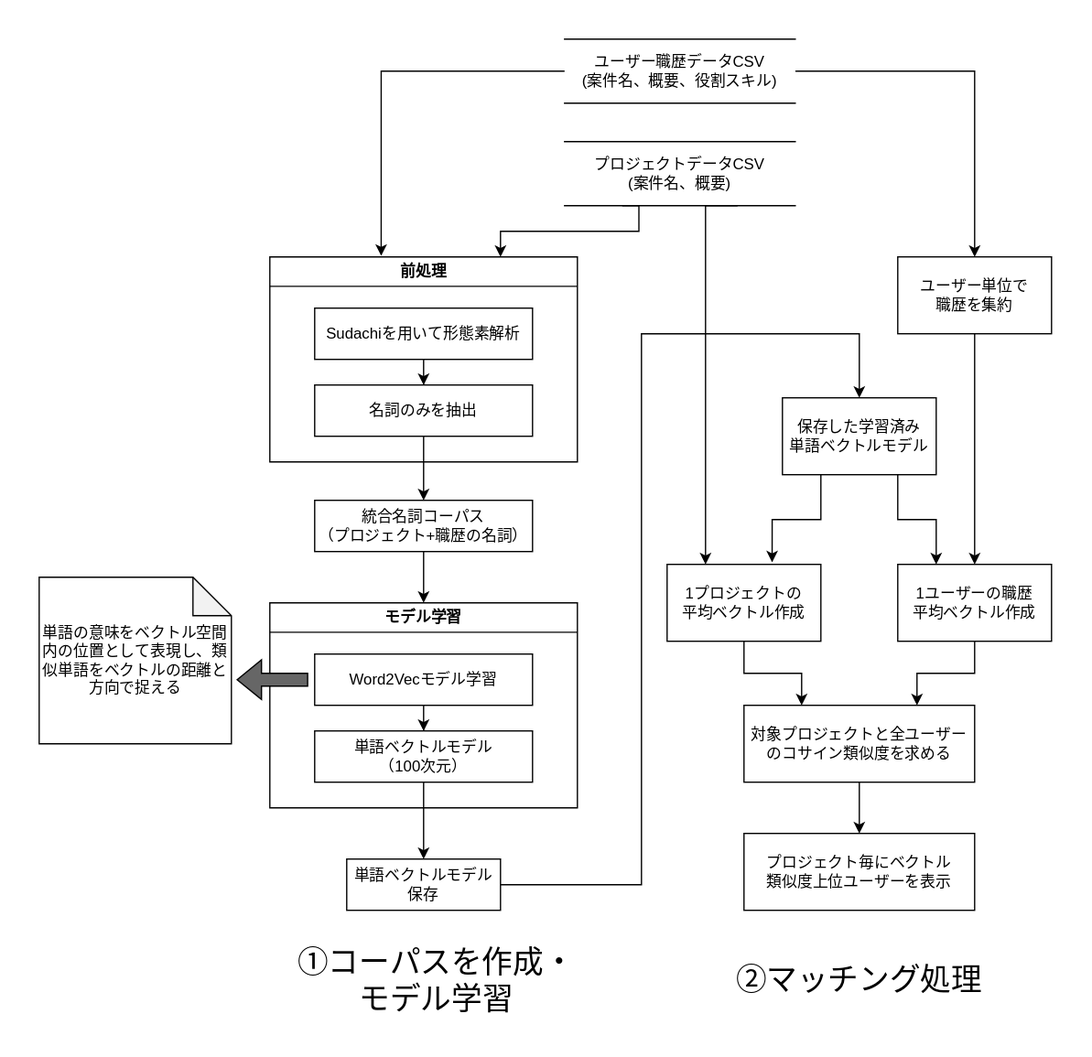
Earlier version of the draw.io export reports/マッチング処理のデータフロー図_v02.drawio.svg (Aoki-Dai/research). Source tidied: cells renumbered, new cells last; positions are measured from the earlier drawing's top-left corner, leaving out a move shared by most shapes. Source of this version:
```xml
<mxGraphModel>
  <root>
    <mxCell id="0" />
    <mxCell id="1" parent="0" />
    <mxCell id="2" style="edgeStyle=orthogonalEdgeStyle;rounded=0;jettySize=auto;html=1;exitX=1;exitY=0.5;exitDx=0;exitDy=0;entryX=0.5;entryY=0;entryDx=0;entryDy=0;" parent="1" edge="1" source="3" target="21">
      <mxGeometry relative="1" as="geometry" />
    </mxCell>
    <mxCell id="3" value="ユーザー職歴データCSV&lt;br&gt;(案件名、概要、役割スキル)" style="html=1;dashed=0;whiteSpace=wrap;shape=partialRectangle;right=0;left=0;" parent="1" vertex="1">
      <mxGeometry x="410" width="180" height="50" as="geometry" />
    </mxCell>
    <mxCell id="4" style="edgeStyle=orthogonalEdgeStyle;rounded=0;jettySize=auto;html=1;exitX=0.25;exitY=1;exitDx=0;exitDy=0;entryX=0.75;entryY=0;entryDx=0;entryDy=0;" parent="1" edge="1" source="6" target="8">
      <mxGeometry relative="1" as="geometry">
        <Array as="points">
          <mxPoint x="455" y="130" />
          <mxPoint x="468" y="130" />
          <mxPoint x="468" y="150" />
          <mxPoint x="360" y="150" />
        </Array>
      </mxGeometry>
    </mxCell>
    <mxCell id="5" style="edgeStyle=orthogonalEdgeStyle;rounded=0;jettySize=auto;html=1;exitX=0.75;exitY=1;exitDx=0;exitDy=0;entryX=0.25;entryY=0;entryDx=0;entryDy=0;" parent="1" edge="1" source="6" target="23">
      <mxGeometry relative="1" as="geometry">
        <Array as="points">
          <mxPoint x="520" y="130" />
        </Array>
      </mxGeometry>
    </mxCell>
    <mxCell id="6" value="プロジェクトデータCSV&lt;br&gt;(案件名、概要)" style="html=1;dashed=0;whiteSpace=wrap;shape=partialRectangle;right=0;left=0;" parent="1" vertex="1">
      <mxGeometry x="410" y="80" width="180" height="50" as="geometry" />
    </mxCell>
    <mxCell id="7" style="edgeStyle=orthogonalEdgeStyle;rounded=0;jettySize=auto;html=1;exitX=0.5;exitY=1;exitDx=0;exitDy=0;entryX=0.5;entryY=0;entryDx=0;entryDy=0;" parent="1" edge="1" source="35" target="12">
      <mxGeometry relative="1" as="geometry" />
    </mxCell>
    <mxCell id="8" value="前処理" style="swimlane;whiteSpace=wrap;html=1;" parent="1" vertex="1">
      <mxGeometry x="180" y="170" width="240" height="160" as="geometry" />
    </mxCell>
    <mxCell id="9" style="edgeStyle=orthogonalEdgeStyle;rounded=0;jettySize=auto;html=1;entryX=0.5;entryY=0;entryDx=0;entryDy=0;" parent="8" edge="1" source="10" target="11">
      <mxGeometry relative="1" as="geometry" />
    </mxCell>
    <mxCell id="10" value="Sudachiを用いて形態素解析" style="rounded=0;whiteSpace=wrap;html=1;" parent="8" vertex="1">
      <mxGeometry x="35" y="40" width="170" height="40" as="geometry" />
    </mxCell>
    <mxCell id="11" value="名詞のみを抽出" style="rounded=0;whiteSpace=wrap;html=1;" parent="8" vertex="1">
      <mxGeometry x="35" y="100" width="170" height="40" as="geometry" />
    </mxCell>
    <mxCell id="12" value="モデル学習" style="swimlane;whiteSpace=wrap;html=1;" parent="1" vertex="1">
      <mxGeometry x="180" y="440" width="240" height="160" as="geometry" />
    </mxCell>
    <mxCell id="13" style="edgeStyle=orthogonalEdgeStyle;rounded=0;jettySize=auto;html=1;entryX=0.5;entryY=0;entryDx=0;entryDy=0;" parent="12" edge="1" source="14" target="15">
      <mxGeometry relative="1" as="geometry" />
    </mxCell>
    <mxCell id="14" value="Word2Vecモデル学習" style="rounded=0;whiteSpace=wrap;html=1;" parent="12" vertex="1">
      <mxGeometry x="35" y="40" width="170" height="40" as="geometry" />
    </mxCell>
    <mxCell id="15" value="単語ベクトルモデル&lt;br&gt;（100次元）" style="rounded=0;whiteSpace=wrap;html=1;" parent="12" vertex="1">
      <mxGeometry x="35" y="100" width="170" height="40" as="geometry" />
    </mxCell>
    <mxCell id="16" style="shape=flexArrow;endArrow=classic;html=1;rounded=0;fillColor=#666666;fillStyle=auto;" parent="12" edge="1">
      <mxGeometry relative="1" as="geometry">
        <mxPoint x="30" y="60" as="sourcePoint" />
        <mxPoint x="-26" y="60" as="targetPoint" />
      </mxGeometry>
    </mxCell>
    <mxCell id="17" style="edgeStyle=orthogonalEdgeStyle;rounded=0;jettySize=auto;html=1;exitX=1;exitY=0.5;exitDx=0;exitDy=0;entryX=0.5;entryY=0;entryDx=0;entryDy=0;" parent="1" edge="1" source="18" target="32">
      <mxGeometry relative="1" as="geometry">
        <Array as="points">
          <mxPoint x="470" y="660" />
          <mxPoint x="470" y="230" />
          <mxPoint x="640" y="230" />
        </Array>
      </mxGeometry>
    </mxCell>
    <mxCell id="18" value="単語ベクトルモデル保存" style="whiteSpace=wrap;html=1;rounded=0;" parent="1" vertex="1">
      <mxGeometry x="240" y="640" width="120" height="40" as="geometry" />
    </mxCell>
    <mxCell id="19" style="edgeStyle=orthogonalEdgeStyle;rounded=0;jettySize=auto;html=1;" parent="1" edge="1" source="15" target="18">
      <mxGeometry relative="1" as="geometry" />
    </mxCell>
    <mxCell id="20" style="edgeStyle=orthogonalEdgeStyle;rounded=0;jettySize=auto;html=1;exitX=0.5;exitY=1;exitDx=0;exitDy=0;entryX=0.5;entryY=0;entryDx=0;entryDy=0;" parent="1" edge="1" source="21" target="25">
      <mxGeometry relative="1" as="geometry" />
    </mxCell>
    <mxCell id="21" value="ユーザー単位で&lt;div&gt;職歴を集約&lt;/div&gt;" style="whiteSpace=wrap;html=1;" parent="1" vertex="1">
      <mxGeometry x="670" y="170" width="120" height="60" as="geometry" />
    </mxCell>
    <mxCell id="22" style="edgeStyle=orthogonalEdgeStyle;rounded=0;jettySize=auto;html=1;exitX=0.5;exitY=1;exitDx=0;exitDy=0;entryX=0.25;entryY=0;entryDx=0;entryDy=0;" parent="1" edge="1" source="23" target="27">
      <mxGeometry relative="1" as="geometry" />
    </mxCell>
    <mxCell id="23" value="1プロジェクトの&lt;div&gt;平均ベクトル作成&lt;/div&gt;" style="whiteSpace=wrap;html=1;" parent="1" vertex="1">
      <mxGeometry x="490" y="410" width="120" height="60" as="geometry" />
    </mxCell>
    <mxCell id="24" style="edgeStyle=orthogonalEdgeStyle;rounded=0;jettySize=auto;html=1;exitX=0.5;exitY=1;exitDx=0;exitDy=0;entryX=0.75;entryY=0;entryDx=0;entryDy=0;" parent="1" edge="1" source="25" target="27">
      <mxGeometry relative="1" as="geometry" />
    </mxCell>
    <mxCell id="25" value="1ユーザーの&lt;span style=&quot;background-color: transparent; color: light-dark(rgb(0, 0, 0), rgb(255, 255, 255));&quot;&gt;職歴&lt;/span&gt;&lt;div&gt;&lt;span style=&quot;background-color: transparent; color: light-dark(rgb(0, 0, 0), rgb(255, 255, 255));&quot;&gt;平均ベクトル作成&lt;/span&gt;&lt;/div&gt;" style="whiteSpace=wrap;html=1;" parent="1" vertex="1">
      <mxGeometry x="670" y="410" width="120" height="60" as="geometry" />
    </mxCell>
    <mxCell id="26" style="edgeStyle=orthogonalEdgeStyle;rounded=0;jettySize=auto;html=1;exitX=0.5;exitY=1;exitDx=0;exitDy=0;entryX=0.5;entryY=0;entryDx=0;entryDy=0;" parent="1" edge="1" source="27" target="30">
      <mxGeometry relative="1" as="geometry" />
    </mxCell>
    <mxCell id="27" value="対象プロジェクトと全ユーザーの&lt;span style=&quot;background-color: transparent; color: light-dark(rgb(0, 0, 0), rgb(255, 255, 255));&quot;&gt;コサイン類似度を求める&lt;/span&gt;" style="whiteSpace=wrap;html=1;" parent="1" vertex="1">
      <mxGeometry x="550" y="520" width="180" height="60" as="geometry" />
    </mxCell>
    <mxCell id="28" value="&lt;font style=&quot;font-size: 24px;&quot;&gt;①コーパスを作成・&lt;br&gt;モデル学習&lt;/font&gt;" style="text;html=1;whiteSpace=wrap;strokeColor=none;fillColor=none;align=center;verticalAlign=middle;rounded=0;" parent="1" vertex="1">
      <mxGeometry x="180" y="720" width="260" height="30" as="geometry" />
    </mxCell>
    <mxCell id="29" value="&lt;font style=&quot;font-size: 24px;&quot;&gt;②マッチング処理&lt;/font&gt;" style="text;html=1;whiteSpace=wrap;strokeColor=none;fillColor=none;align=center;verticalAlign=middle;rounded=0;" parent="1" vertex="1">
      <mxGeometry x="530" y="720" width="220" height="30" as="geometry" />
    </mxCell>
    <mxCell id="30" value="プロジェクト毎に&lt;span style=&quot;background-color: transparent; color: light-dark(rgb(0, 0, 0), rgb(255, 255, 255));&quot;&gt;ベクトル&lt;/span&gt;&lt;div&gt;&lt;span style=&quot;background-color: transparent; color: light-dark(rgb(0, 0, 0), rgb(255, 255, 255));&quot;&gt;類似度&lt;/span&gt;&lt;span style=&quot;background-color: transparent; color: light-dark(rgb(0, 0, 0), rgb(255, 255, 255));&quot;&gt;上位ユーザーを表示&lt;/span&gt;&lt;/div&gt;" style="whiteSpace=wrap;html=1;" parent="1" vertex="1">
      <mxGeometry x="550" y="620" width="180" height="60" as="geometry" />
    </mxCell>
    <mxCell id="31" style="edgeStyle=orthogonalEdgeStyle;rounded=0;jettySize=auto;html=1;exitX=0.75;exitY=1;exitDx=0;exitDy=0;entryX=0.25;entryY=0;entryDx=0;entryDy=0;" parent="1" edge="1" source="32" target="25">
      <mxGeometry relative="1" as="geometry" />
    </mxCell>
    <mxCell id="32" value="保存した学習済み&lt;div&gt;単語ベクトルモデル&lt;/div&gt;" style="whiteSpace=wrap;html=1;" parent="1" vertex="1">
      <mxGeometry x="580" y="280" width="120" height="60" as="geometry" />
    </mxCell>
    <mxCell id="33" style="edgeStyle=orthogonalEdgeStyle;rounded=0;jettySize=auto;html=1;exitX=0.25;exitY=1;exitDx=0;exitDy=0;entryX=0.683;entryY=-0.026;entryDx=0;entryDy=0;entryPerimeter=0;" parent="1" edge="1" source="32" target="23">
      <mxGeometry relative="1" as="geometry" />
    </mxCell>
    <mxCell id="34" style="edgeStyle=orthogonalEdgeStyle;rounded=0;jettySize=auto;html=1;exitX=0;exitY=0.5;exitDx=0;exitDy=0;entryX=0.362;entryY=-0.005;entryDx=0;entryDy=0;entryPerimeter=0;" parent="1" edge="1" source="3" target="8">
      <mxGeometry relative="1" as="geometry" />
    </mxCell>
    <mxCell id="35" value="統合名詞コーパス&lt;br&gt;（プロジェクト+職歴の名詞）" style="rounded=0;whiteSpace=wrap;html=1;" parent="1" vertex="1">
      <mxGeometry x="215" y="360" width="170" height="40" as="geometry" />
    </mxCell>
    <mxCell id="36" style="edgeStyle=orthogonalEdgeStyle;rounded=0;jettySize=auto;html=1;" parent="1" edge="1" source="11" target="35">
      <mxGeometry relative="1" as="geometry" />
    </mxCell>
    <mxCell id="37" value="単語の意味をベクトル空間内の位置として表現し、類似単語をベクトルの距離と方向で捉える" style="shape=note;whiteSpace=wrap;html=1;backgroundOutline=1;darkOpacity=0.05;" parent="1" vertex="1">
      <mxGeometry y="420" width="150" height="130" as="geometry" />
    </mxCell>
  </root>
</mxGraphModel>
```
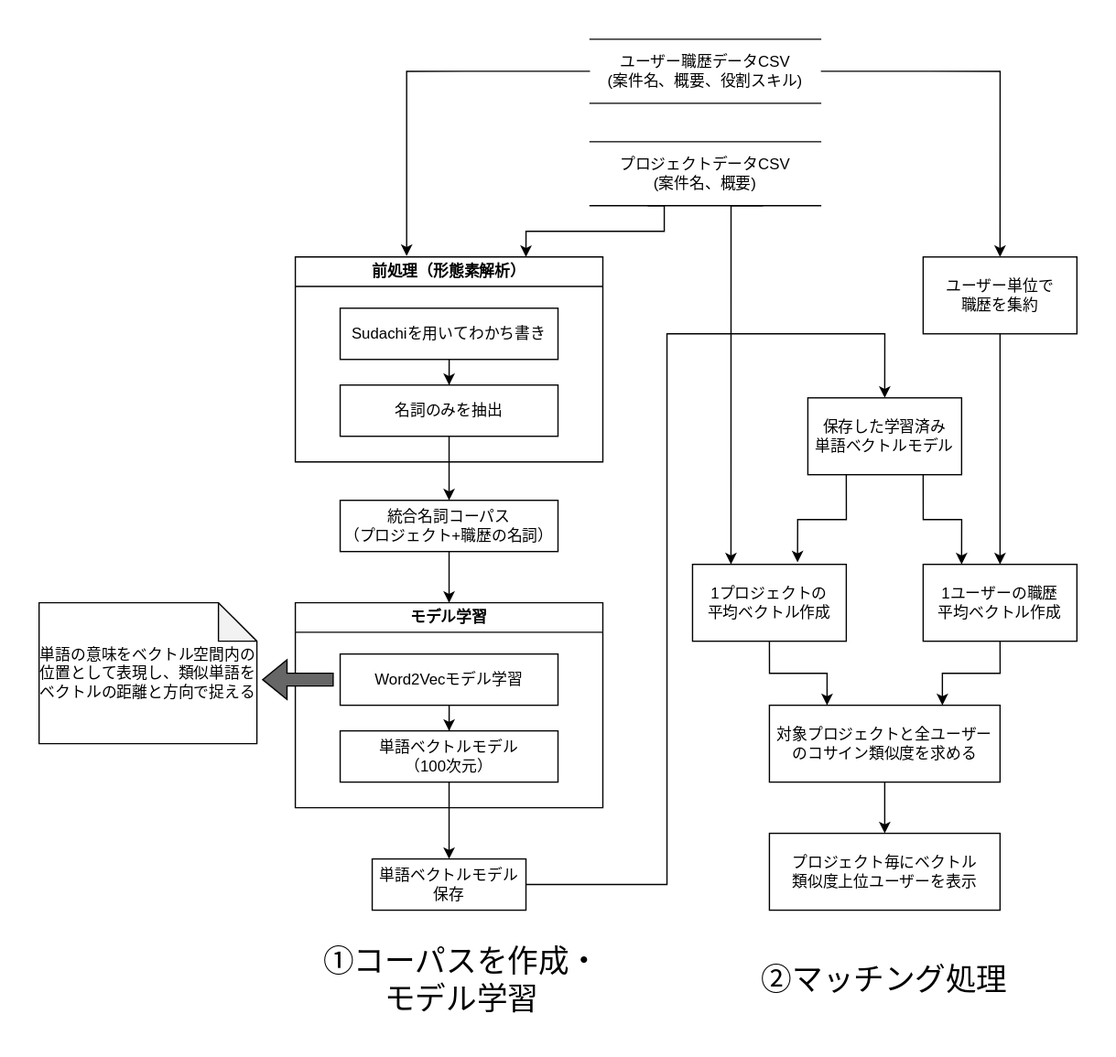
After the commit.

Commit message:
データフロー図の更新

The edit, as a diff of the source:
```diff
@@ -31,13 +31,13 @@
     <mxCell id="7" style="edgeStyle=orthogonalEdgeStyle;rounded=0;jettySize=auto;html=1;exitX=0.5;exitY=1;exitDx=0;exitDy=0;entryX=0.5;entryY=0;entryDx=0;entryDy=0;" parent="1" edge="1" source="35" target="12">
       <mxGeometry relative="1" as="geometry" />
     </mxCell>
-    <mxCell id="8" value="前処理" style="swimlane;whiteSpace=wrap;html=1;" parent="1" vertex="1">
+    <mxCell id="8" value="前処理（形態素解析）" style="swimlane;whiteSpace=wrap;html=1;" parent="1" vertex="1">
       <mxGeometry x="180" y="170" width="240" height="160" as="geometry" />
     </mxCell>
     <mxCell id="9" style="edgeStyle=orthogonalEdgeStyle;rounded=0;jettySize=auto;html=1;entryX=0.5;entryY=0;entryDx=0;entryDy=0;" parent="8" edge="1" source="10" target="11">
       <mxGeometry relative="1" as="geometry" />
     </mxCell>
-    <mxCell id="10" value="Sudachiを用いて形態素解析" style="rounded=0;whiteSpace=wrap;html=1;" parent="8" vertex="1">
+    <mxCell id="10" value="Sudachiを用いてわかち書き" style="rounded=0;whiteSpace=wrap;html=1;" parent="8" vertex="1">
       <mxGeometry x="35" y="40" width="170" height="40" as="geometry" />
     </mxCell>
     <mxCell id="11" value="名詞のみを抽出" style="rounded=0;whiteSpace=wrap;html=1;" parent="8" vertex="1">
@@ -128,7 +128,7 @@
       <mxGeometry relative="1" as="geometry" />
     </mxCell>
     <mxCell id="37" value="単語の意味をベクトル空間内の位置として表現し、類似単語をベクトルの距離と方向で捉える" style="shape=note;whiteSpace=wrap;html=1;backgroundOutline=1;darkOpacity=0.05;" parent="1" vertex="1">
-      <mxGeometry y="420" width="150" height="130" as="geometry" />
+      <mxGeometry x="-20" y="440" width="170" height="110" as="geometry" />
     </mxCell>
   </root>
 </mxGraphModel>
```
